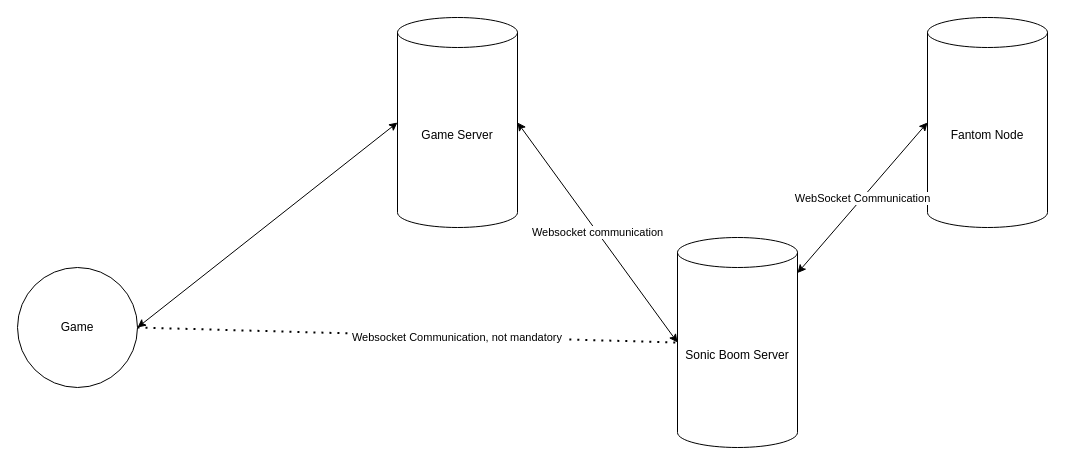
FtmSonic/SonicBoomApi keeps this draw.io diagram as schema.drawio. Above is the earlier version. Source tidied: cells renumbered, new cells numbered last; positions are measured from the earlier drawing's top-left corner, leaving out a move shared by most shapes. Both pictures are drawn from the tidied source at 100%, with x=0, y=0 at pixel (17, 17).
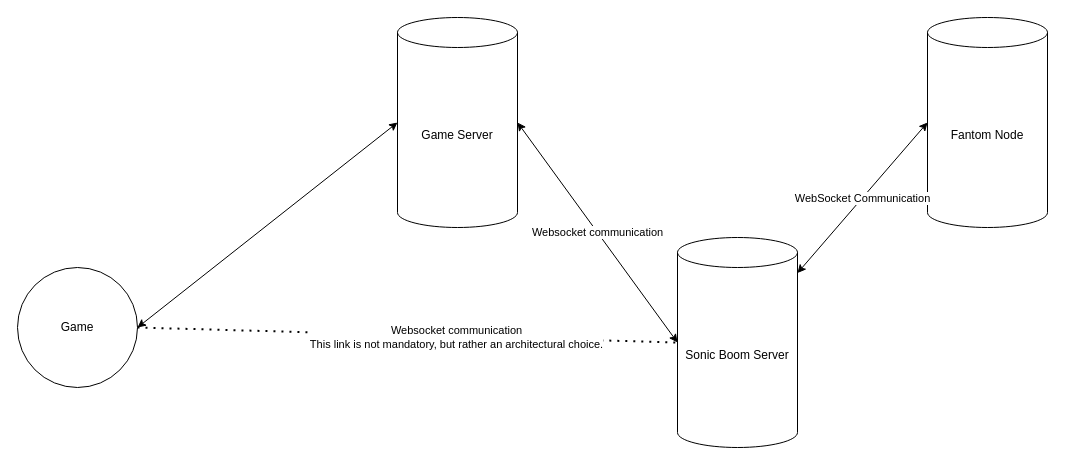
The same diagram, later.

Commit message:
correct schema text

What changed in the source:
```diff
@@
 <mxGraphModel>
   <root>
     <mxCell id="0" />
     <mxCell id="1" parent="0" />
     <mxCell id="2" value="Fantom Node" style="shape=cylinder3;whiteSpace=wrap;html=1;boundedLbl=1;backgroundOutline=1;size=15;" parent="1" vertex="1">
       <mxGeometry x="910" width="120" height="210" as="geometry" />
     </mxCell>
     <mxCell id="3" value="Sonic Boom Server" style="shape=cylinder3;whiteSpace=wrap;html=1;boundedLbl=1;backgroundOutline=1;size=15;" parent="1" vertex="1">
       <mxGeometry x="660" y="220" width="120" height="210" as="geometry" />
     </mxCell>
     <mxCell id="4" value="WebSocket Communication" style="endArrow=classic;startArrow=classic;html=1;entryX=0;entryY=0.5;entryDx=0;entryDy=0;entryPerimeter=0;" parent="1" edge="1" source="3" target="2">
       <mxGeometry relative="1" as="geometry" />
     </mxCell>
     <mxCell id="5" value="Game" style="ellipse;whiteSpace=wrap;html=1;" parent="1" vertex="1">
       <mxGeometry y="250" width="120" height="120" as="geometry" />
     </mxCell>
     <mxCell id="6" value="Game Server" style="shape=cylinder3;whiteSpace=wrap;html=1;boundedLbl=1;backgroundOutline=1;size=15;" parent="1" vertex="1">
       <mxGeometry x="380" width="120" height="210" as="geometry" />
     </mxCell>
     <mxCell id="7" style="endArrow=classic;startArrow=classic;html=1;entryX=0;entryY=0.5;entryDx=0;entryDy=0;entryPerimeter=0;exitX=1;exitY=0.5;exitDx=0;exitDy=0;" parent="1" edge="1" source="5" target="6">
       <mxGeometry relative="1" as="geometry" />
     </mxCell>
     <mxCell id="8" value="Websocket communication" style="endArrow=classic;startArrow=classic;html=1;entryX=0;entryY=0.5;entryDx=0;entryDy=0;entryPerimeter=0;exitX=1;exitY=0.5;exitDx=0;exitDy=0;exitPerimeter=0;" parent="1" edge="1" source="6" target="3">
       <mxGeometry relative="1" as="geometry" />
     </mxCell>
-    <mxCell id="9" value="Websocket Communication, not mandatory&amp;nbsp;" style="endArrow=none;dashed=1;html=1;dashPattern=1 3;strokeWidth=2;entryX=0;entryY=0.5;entryDx=0;entryDy=0;entryPerimeter=0;exitX=1;exitY=0.5;exitDx=0;exitDy=0;" parent="1" edge="1" source="5" target="3">
-      <mxGeometry x="0.19" y="-1" relative="1" as="geometry" />
+    <mxCell id="9" value="&lt;div&gt;Websocket communication&lt;/div&gt;&lt;div&gt;This link is not mandatory, but rather an architectural choice.&lt;/div&gt;" style="endArrow=none;dashed=1;html=1;dashPattern=1 3;strokeWidth=2;entryX=0;entryY=0.5;entryDx=0;entryDy=0;entryPerimeter=0;exitX=1;exitY=0.5;exitDx=0;exitDy=0;" parent="1" edge="1" source="5" target="3">
+      <mxGeometry x="0.18" y="-1" relative="1" as="geometry" />
     </mxCell>
   </root>
 </mxGraphModel>
```
